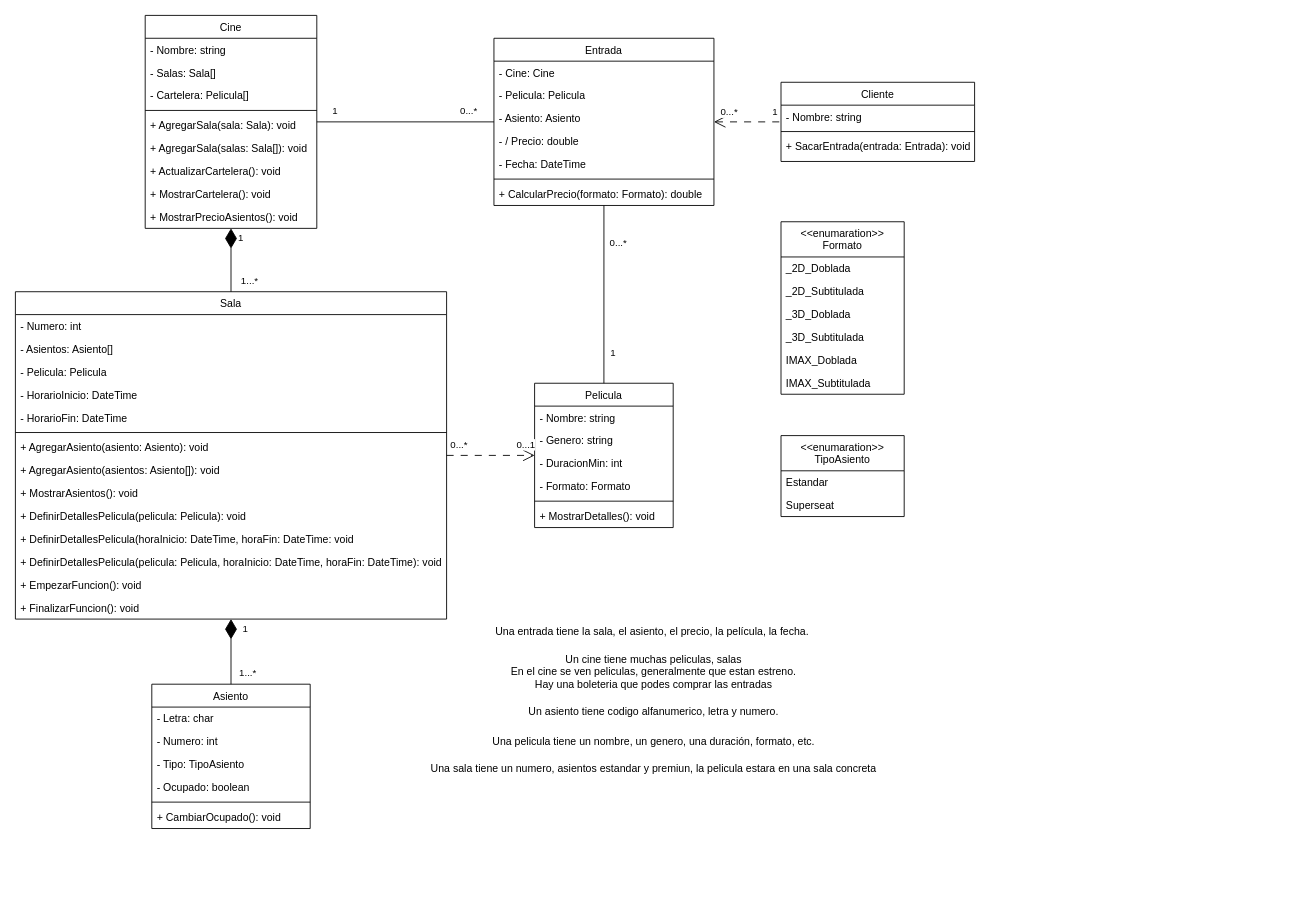
Above: Cine.drawio in DanteO7/GestionCine (draw.io), before the change. Source tidied: cells renumbered, new cells numbered last; positions are measured from the earlier drawing's top-left corner, leaving out a move shared by most shapes. Both pictures are drawn from the tidied source at 88%, with x=0, y=0 at pixel (15, 15).
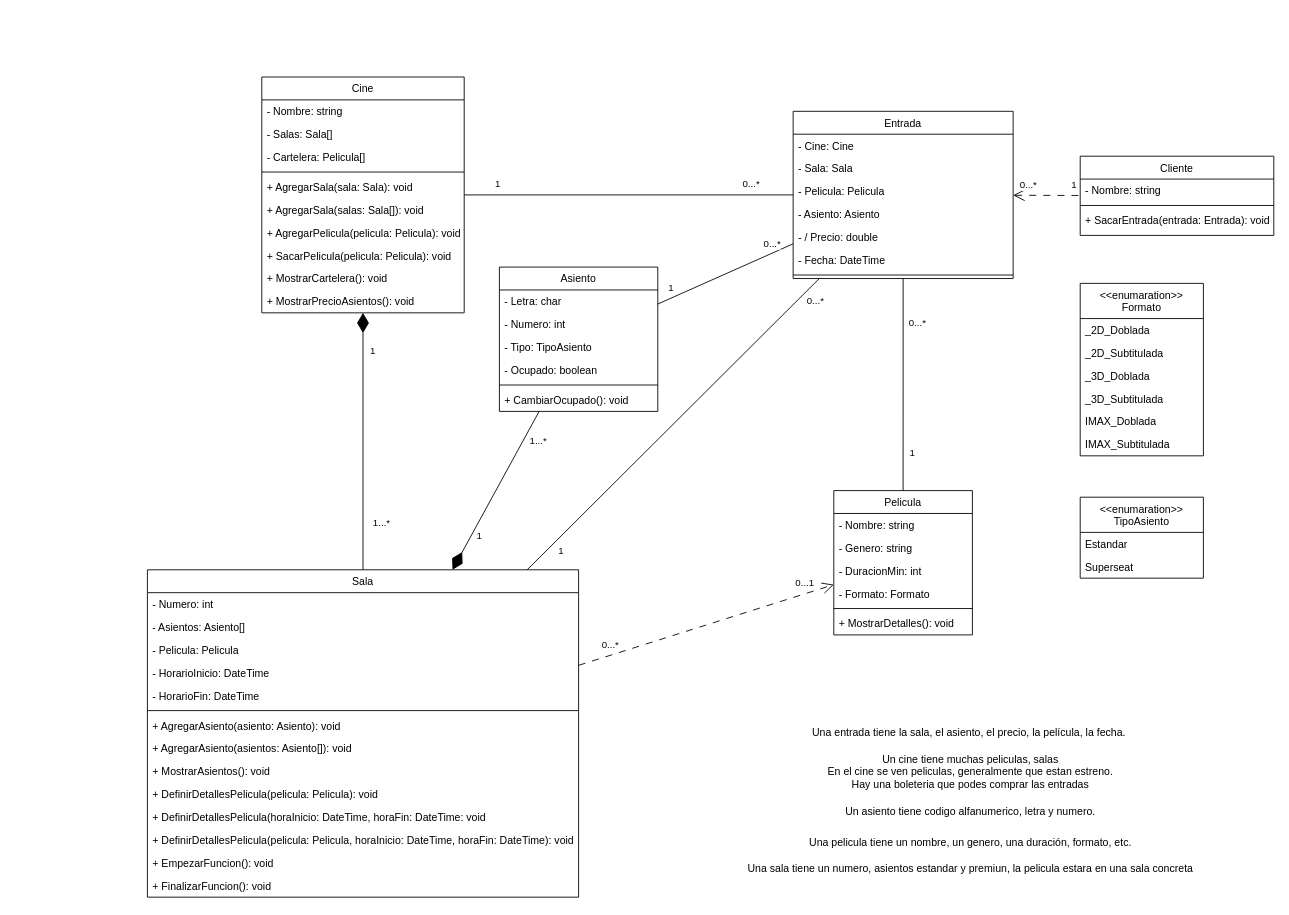
The same diagram, later.

Change to the diagram source:
```diff
@@
     <mxCell id="2" value="Cine" style="swimlane;fontStyle=0;align=center;verticalAlign=top;horizontal=1;startSize=26;rounded=0;shadow=0;strokeWidth=1;" parent="1" vertex="1">
-      <mxGeometry x="147.5" width="195" height="242" as="geometry" />
+      <mxGeometry x="280" y="70" width="230" height="268" as="geometry" />
     </mxCell>
     <mxCell id="3" value="- Nombre: string" style="text;align=left;verticalAlign=top;spacingLeft=4;spacingRight=4;overflow=hidden;rounded=0;shadow=0;html=0;" parent="2" vertex="1">
-      <mxGeometry y="26" width="195" height="26" as="geometry" />
+      <mxGeometry y="26" width="230" height="26" as="geometry" />
     </mxCell>
     <mxCell id="4" value="- Salas: Sala[]" style="text;align=left;verticalAlign=top;spacingLeft=4;spacingRight=4;overflow=hidden;rounded=0;shadow=0;html=0;" parent="2" vertex="1">
-      <mxGeometry y="52" width="195" height="26" as="geometry" />
+      <mxGeometry y="52" width="230" height="26" as="geometry" />
     </mxCell>
     <mxCell id="5" value="- Cartelera: Pelicula[]" style="text;align=left;verticalAlign=top;spacingLeft=4;spacingRight=4;overflow=hidden;rounded=0;shadow=0;html=0;" parent="2" vertex="1">
-      <mxGeometry y="78" width="195" height="26" as="geometry" />
+      <mxGeometry y="78" width="230" height="26" as="geometry" />
     </mxCell>
     <mxCell id="6" style="line;html=1;strokeWidth=1;align=left;verticalAlign=middle;spacingTop=-1;spacingLeft=3;spacingRight=3;labelPosition=right;" parent="2" vertex="1">
-      <mxGeometry y="104" width="195" height="8" as="geometry" />
+      <mxGeometry y="104" width="230" height="8" as="geometry" />
     </mxCell>
     <mxCell id="7" value="+ AgregarSala(sala: Sala): void" style="text;align=left;verticalAlign=top;spacingLeft=4;spacingRight=4;overflow=hidden;rounded=0;shadow=0;html=0;" parent="2" vertex="1">
-      <mxGeometry y="112" width="195" height="26" as="geometry" />
+      <mxGeometry y="112" width="230" height="26" as="geometry" />
     </mxCell>
     <mxCell id="8" value="+ AgregarSala(salas: Sala[]): void" style="text;align=left;verticalAlign=top;spacingLeft=4;spacingRight=4;overflow=hidden;rounded=0;shadow=0;html=0;" parent="2" vertex="1">
-      <mxGeometry y="138" width="195" height="26" as="geometry" />
+      <mxGeometry y="138" width="230" height="26" as="geometry" />
     </mxCell>
-    <mxCell id="9" value="+ ActualizarCartelera(): void" style="text;align=left;verticalAlign=top;spacingLeft=4;spacingRight=4;overflow=hidden;rounded=0;shadow=0;html=0;" parent="2" vertex="1">
-      <mxGeometry y="164" width="195" height="26" as="geometry" />
+    <mxCell id="9" value="+ AgregarPelicula(pelicula: Pelicula): void" style="text;align=left;verticalAlign=top;spacingLeft=4;spacingRight=4;overflow=hidden;rounded=0;shadow=0;html=0;" parent="2" vertex="1">
+      <mxGeometry y="164" width="230" height="26" as="geometry" />
     </mxCell>
+    <mxCell id="86" value="+ SacarPelicula(pelicula: Pelicula): void" style="text;align=left;verticalAlign=top;spacingLeft=4;spacingRight=4;overflow=hidden;rounded=0;shadow=0;html=0;" parent="2" vertex="1">
+      <mxGeometry y="190" width="230" height="26" as="geometry" />
+    </mxCell>
     <mxCell id="10" value="+ MostrarCartelera(): void" style="text;align=left;verticalAlign=top;spacingLeft=4;spacingRight=4;overflow=hidden;rounded=0;shadow=0;html=0;" parent="2" vertex="1">
-      <mxGeometry y="190" width="195" height="26" as="geometry" />
+      <mxGeometry y="216" width="230" height="26" as="geometry" />
     </mxCell>
     <mxCell id="11" value="+ MostrarPrecioAsientos(): void" style="text;align=left;verticalAlign=top;spacingLeft=4;spacingRight=4;overflow=hidden;rounded=0;shadow=0;html=0;" parent="2" vertex="1">
-      <mxGeometry y="216" width="195" height="26" as="geometry" />
+      <mxGeometry y="242" width="230" height="26" as="geometry" />
     </mxCell>
     <mxCell id="12" value="Un cine tiene muchas peliculas, salas&lt;div&gt;En el cine se ven peliculas, generalmente que estan estreno.&lt;/div&gt;&lt;div&gt;Hay una boleteria que podes comprar las entradas&lt;/div&gt;" style="text;html=1;align=center;verticalAlign=middle;strokeColor=none;fillColor=none;" parent="1" vertex="1">
-      <mxGeometry x="550" y="716" width="350" height="60" as="geometry" />
+      <mxGeometry x="910" y="830" width="350" height="60" as="geometry" />
     </mxCell>
     <mxCell id="13" value="Una pelicula tiene un nombre, un genero, una duración, formato, etc." style="text;html=1;align=center;verticalAlign=middle;strokeColor=none;fillColor=none;" parent="1" vertex="1">
-      <mxGeometry x="530" y="811" width="390" height="30" as="geometry" />
+      <mxGeometry x="890" y="925" width="390" height="30" as="geometry" />
     </mxCell>
     <mxCell id="14" value="Una sala tiene un numero, asientos estandar y premiun, la pelicula estara en una sala concreta" style="text;html=1;align=center;verticalAlign=middle;strokeColor=none;fillColor=none;" parent="1" vertex="1">
-      <mxGeometry x="460" y="841" width="530" height="30" as="geometry" />
+      <mxGeometry x="820" y="955" width="530" height="30" as="geometry" />
     </mxCell>
     <mxCell id="15" value="Un asiento tiene codigo alfanumerico, letra y numero." style="text;html=1;align=center;verticalAlign=middle;strokeColor=none;fillColor=none;" parent="1" vertex="1">
-      <mxGeometry x="570" y="776" width="310" height="30" as="geometry" />
+      <mxGeometry x="930" y="890" width="310" height="30" as="geometry" />
     </mxCell>
     <mxCell id="16" value="Una entrada tiene la sala, el asiento, el precio, la película, la fecha.&amp;nbsp;" style="text;html=1;align=center;verticalAlign=middle;strokeColor=none;fillColor=none;" parent="1" vertex="1">
-      <mxGeometry x="535" y="686" width="380" height="30" as="geometry" />
+      <mxGeometry x="895" y="800" width="380" height="30" as="geometry" />
     </mxCell>
     <mxCell id="17" value="Pelicula" style="swimlane;fontStyle=0;align=center;verticalAlign=top;horizontal=1;startSize=26;rounded=0;shadow=0;strokeWidth=1;" parent="1" vertex="1">
-      <mxGeometry x="590" y="418" width="157.5" height="164" as="geometry" />
+      <mxGeometry x="930" y="540" width="157.5" height="164" as="geometry" />
     </mxCell>
@@
     <mxCell id="24" value="Sala" style="swimlane;fontStyle=0;align=center;verticalAlign=top;horizontal=1;startSize=26;rounded=0;shadow=0;strokeWidth=1;" parent="1" vertex="1">
-      <mxGeometry y="314" width="490" height="372" as="geometry" />
+      <mxGeometry x="150" y="630" width="490" height="372" as="geometry" />
     </mxCell>
@@
     <mxCell id="39" value="Entrada" style="swimlane;fontStyle=0;align=center;verticalAlign=top;horizontal=1;startSize=26;rounded=0;shadow=0;strokeWidth=1;" parent="1" vertex="1">
-      <mxGeometry x="543.8" y="26" width="250" height="190" as="geometry" />
+      <mxGeometry x="883.8" y="109" width="250" height="190" as="geometry" />
     </mxCell>
@@
-    <mxCell id="41" value="- Pelicula: Pelicula" style="text;align=left;verticalAlign=top;spacingLeft=4;spacingRight=4;overflow=hidden;rounded=0;shadow=0;html=0;" parent="39" vertex="1">
+    <mxCell id="41" value="- Sala: Sala" style="text;align=left;verticalAlign=top;spacingLeft=4;spacingRight=4;overflow=hidden;rounded=0;shadow=0;html=0;" parent="39" vertex="1">
       <mxGeometry y="52" width="250" height="26" as="geometry" />
     </mxCell>
+    <mxCell id="87" value="- Pelicula: Pelicula" style="text;align=left;verticalAlign=top;spacingLeft=4;spacingRight=4;overflow=hidden;rounded=0;shadow=0;html=0;" parent="39" vertex="1">
+      <mxGeometry y="78" width="250" height="26" as="geometry" />
+    </mxCell>
     <mxCell id="42" value="- Asiento: Asiento" style="text;align=left;verticalAlign=top;spacingLeft=4;spacingRight=4;overflow=hidden;rounded=0;shadow=0;html=0;" parent="39" vertex="1">
-      <mxGeometry y="78" width="250" height="26" as="geometry" />
+      <mxGeometry y="104" width="250" height="26" as="geometry" />
     </mxCell>
     <mxCell id="43" value="- / Precio: double" style="text;align=left;verticalAlign=top;spacingLeft=4;spacingRight=4;overflow=hidden;rounded=0;shadow=0;html=0;" parent="39" vertex="1">
-      <mxGeometry y="104" width="250" height="26" as="geometry" />
+      <mxGeometry y="130" width="250" height="26" as="geometry" />
     </mxCell>
     <mxCell id="44" value="- Fecha: DateTime" style="text;align=left;verticalAlign=top;spacingLeft=4;spacingRight=4;overflow=hidden;rounded=0;shadow=0;html=0;" parent="39" vertex="1">
-      <mxGeometry y="130" width="250" height="26" as="geometry" />
+      <mxGeometry y="156" width="250" height="26" as="geometry" />
     </mxCell>
     <mxCell id="45" style="line;html=1;strokeWidth=1;align=left;verticalAlign=middle;spacingTop=-1;spacingLeft=3;spacingRight=3;labelPosition=right;" parent="39" vertex="1">
-      <mxGeometry y="156" width="250" height="8" as="geometry" />
+      <mxGeometry y="182" width="250" height="8" as="geometry" />
     </mxCell>
-    <mxCell id="46" value="+ CalcularPrecio(formato: Formato): double" style="text;align=left;verticalAlign=top;spacingLeft=4;spacingRight=4;overflow=hidden;rounded=0;shadow=0;html=0;" parent="39" vertex="1">
-      <mxGeometry y="164" width="250" height="26" as="geometry" />
-    </mxCell>
@@
     <mxCell id="56" value="Asiento" style="swimlane;fontStyle=0;align=center;verticalAlign=top;horizontal=1;startSize=26;rounded=0;shadow=0;strokeWidth=1;" parent="1" vertex="1">
-      <mxGeometry x="155" y="760" width="180" height="164" as="geometry" />
+      <mxGeometry x="550" y="286" width="180" height="164" as="geometry" />
     </mxCell>
@@
     <mxCell id="69" value="&lt;&lt;enumaration&gt;&gt;&#10;Formato" style="swimlane;fontStyle=0;align=center;verticalAlign=top;horizontal=1;startSize=40;rounded=0;shadow=0;strokeWidth=1;" parent="1" vertex="1">
-      <mxGeometry x="870" y="234.5" width="140" height="196" as="geometry" />
+      <mxGeometry x="1210" y="304.5" width="140" height="196" as="geometry" />
     </mxCell>
@@
     <mxCell id="76" value="&lt;&lt;enumaration&gt;&gt;&#10;TipoAsiento" style="swimlane;fontStyle=0;align=center;verticalAlign=top;horizontal=1;startSize=40;rounded=0;shadow=0;strokeWidth=1;" parent="1" vertex="1">
-      <mxGeometry x="870" y="477.5" width="140" height="92" as="geometry" />
+      <mxGeometry x="1210" y="547.5" width="140" height="92" as="geometry" />
     </mxCell>
@@
     <mxCell id="79" value="Cliente" style="swimlane;fontStyle=0;align=center;verticalAlign=top;horizontal=1;startSize=26;rounded=0;shadow=0;strokeWidth=1;" parent="1" vertex="1">
-      <mxGeometry x="870" y="76" width="220" height="90" as="geometry" />
+      <mxGeometry x="1210" y="160" width="220" height="90" as="geometry" />
     </mxCell>
@@
+    <mxCell id="88" style="endArrow=none;html=1;rounded=0;" parent="1" edge="1" source="56" target="39">
+      <mxGeometry relative="1" as="geometry" />
+    </mxCell>
+    <mxCell id="89" value="0...*" style="edgeLabel;html=1;align=center;verticalAlign=middle;" parent="88" vertex="1">
+      <mxGeometry x="0.84" y="-3" relative="1" as="geometry">
+        <mxPoint x="-13" y="-8" as="offset" />
+      </mxGeometry>
+    </mxCell>
+    <mxCell id="90" value="1" style="edgeLabel;html=1;align=center;verticalAlign=middle;" parent="88" vertex="1">
+      <mxGeometry x="-0.75" y="2" relative="1" as="geometry">
+        <mxPoint x="-4" y="-8" as="offset" />
+      </mxGeometry>
+    </mxCell>
+    <mxCell id="91" style="endArrow=none;html=1;rounded=0;" parent="1" edge="1" source="24" target="39">
+      <mxGeometry relative="1" as="geometry" />
+    </mxCell>
+    <mxCell id="92" value="0...*" style="edgeLabel;html=1;align=center;verticalAlign=middle;" parent="91" vertex="1">
+      <mxGeometry x="0.93" y="-2" relative="1" as="geometry">
+        <mxPoint x="5" y="12" as="offset" />
+      </mxGeometry>
+    </mxCell>
+    <mxCell id="93" value="1" style="edgeLabel;html=1;align=center;verticalAlign=middle;" parent="91" vertex="1">
+      <mxGeometry x="-0.86" y="-3" relative="1" as="geometry">
+        <mxPoint x="12" as="offset" />
+      </mxGeometry>
+    </mxCell>
```
